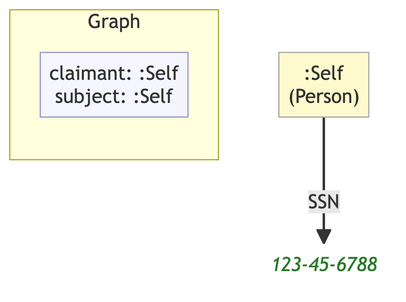
Before: example/graphs/images/graph-80.png, a diagram exported from Mermaid (MeeFoundation/mia-ontologies). Its source is kept beside it as example/graphs/images/graph-80.mmd. Source of this version:
```mermaid
flowchart TD
    classDef person fill:#fffacd,stroke:#aaa,color:#333
    classDef org    fill:#cce5ff,stroke:#aaa,color:#333
    classDef lit    fill:none,stroke:none,font-style:italic,color:#2a7a2a
    classDef meta   fill:#f5f5ff,stroke:#9999cc,color:#333

    subgraph ctx["Graph"]
        direction LR
        ctx_meta["claimant: :Self\nsubject: :Self"]:::meta
    end

    ne0c3ba92f1db[":Self\n(Person)"]:::person
    nba910ebfb4c6("123-45-6788"):::lit

    ne0c3ba92f1db -->|"SSN"| nba910ebfb4c6
```
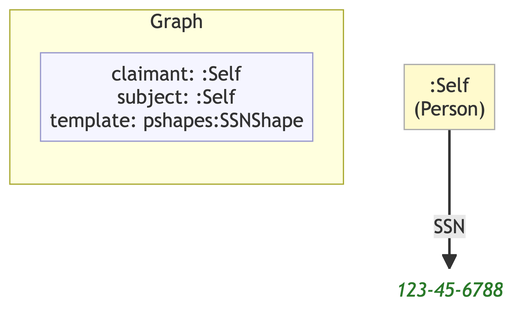
After the commit.

Diff of the diagram source:
```diff
@@ -6,10 +6,10 @@
 
     subgraph ctx["Graph"]
         direction LR
-        ctx_meta["claimant: :Self\nsubject: :Self"]:::meta
+        ctx_meta["claimant: :Self\nsubject: :Self\ntemplate: pshapes:SSNShape"]:::meta
     end
 
     ne0c3ba92f1db[":Self\n(Person)"]:::person
-    nba910ebfb4c6("123-45-6788"):::lit
+    nc962a549c506("123-45-6788"):::lit
 
-    ne0c3ba92f1db -->|"SSN"| nba910ebfb4c6
+    ne0c3ba92f1db -->|"SSN"| nc962a549c506
```
